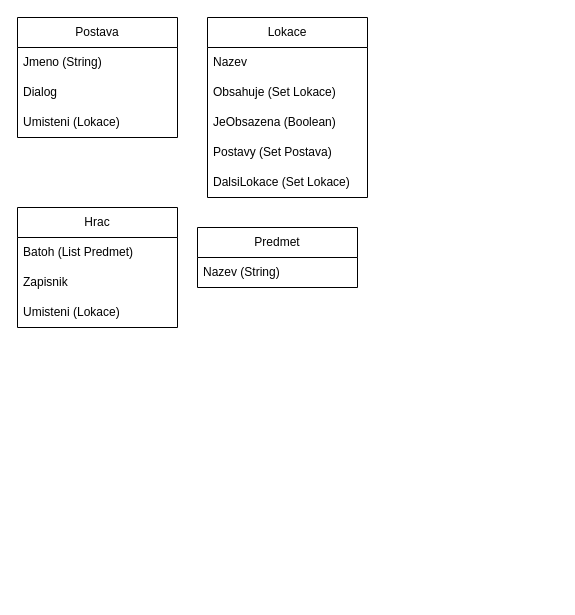
The draw.io diagram Untitled Diagram.drawio in adam-filinger/FileMaster, before the edit. Source tidied: cells renumbered, new cells numbered last; positions are measured from the earlier drawing's top-left corner, leaving out a move shared by most shapes. Both pictures are drawn from the tidied source at 100%, with x=0, y=0 at pixel (17, 17).
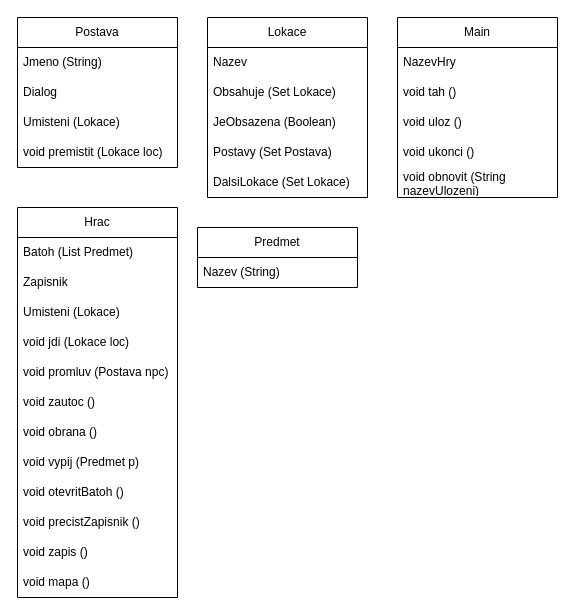
The same diagram, later.

Change to the diagram source:
```diff
@@
     <mxCell id="2" value="Postava" style="swimlane;fontStyle=0;horizontal=1;startSize=30;whiteSpace=wrap;html=1;" parent="1" vertex="1">
-      <mxGeometry width="160" height="120" as="geometry" />
+      <mxGeometry width="160" height="150" as="geometry" />
     </mxCell>
@@
+    <mxCell id="18" value="Umisteni (Lokace)" style="text;strokeColor=none;fillColor=none;align=left;verticalAlign=middle;spacingLeft=4;spacingRight=4;overflow=hidden;whiteSpace=wrap;html=1;" parent="2" vertex="1">
+      <mxGeometry y="90" width="160" height="30" as="geometry" />
+    </mxCell>
-    <mxCell id="5" value="Umisteni (Lokace)" style="text;strokeColor=none;fillColor=none;align=left;verticalAlign=middle;spacingLeft=4;spacingRight=4;overflow=hidden;whiteSpace=wrap;html=1;" parent="2" vertex="1">
-      <mxGeometry y="90" width="160" height="30" as="geometry" />
+    <mxCell id="5" value="void premistit (Lokace loc)" style="text;strokeColor=none;fillColor=none;align=left;verticalAlign=middle;spacingLeft=4;spacingRight=4;overflow=hidden;whiteSpace=wrap;html=1;" parent="2" vertex="1">
+      <mxGeometry y="120" width="160" height="30" as="geometry" />
     </mxCell>
@@
     <mxCell id="12" value="Hrac" style="swimlane;fontStyle=0;horizontal=1;startSize=30;whiteSpace=wrap;html=1;" parent="1" vertex="1">
-      <mxGeometry y="190" width="160" height="120" as="geometry" />
+      <mxGeometry y="190" width="160" height="390" as="geometry" />
     </mxCell>
@@
+    <mxCell id="19" value="void jdi (Lokace loc)" style="text;strokeColor=none;fillColor=none;align=left;verticalAlign=middle;spacingLeft=4;spacingRight=4;overflow=hidden;whiteSpace=wrap;html=1;" parent="12" vertex="1">
+      <mxGeometry y="120" width="160" height="30" as="geometry" />
+    </mxCell>
+    <mxCell id="20" value="void promluv (Postava npc)" style="text;strokeColor=none;fillColor=none;align=left;verticalAlign=middle;spacingLeft=4;spacingRight=4;overflow=hidden;whiteSpace=wrap;html=1;" parent="12" vertex="1">
+      <mxGeometry y="150" width="160" height="30" as="geometry" />
+    </mxCell>
+    <mxCell id="21" value="void zautoc ()" style="text;strokeColor=none;fillColor=none;align=left;verticalAlign=middle;spacingLeft=4;spacingRight=4;overflow=hidden;whiteSpace=wrap;html=1;" parent="12" vertex="1">
+      <mxGeometry y="180" width="160" height="30" as="geometry" />
+    </mxCell>
+    <mxCell id="22" value="void obrana ()" style="text;strokeColor=none;fillColor=none;align=left;verticalAlign=middle;spacingLeft=4;spacingRight=4;overflow=hidden;whiteSpace=wrap;html=1;" parent="12" vertex="1">
+      <mxGeometry y="210" width="160" height="30" as="geometry" />
+    </mxCell>
+    <mxCell id="23" value="void vypij (Predmet p)" style="text;strokeColor=none;fillColor=none;align=left;verticalAlign=middle;spacingLeft=4;spacingRight=4;overflow=hidden;whiteSpace=wrap;html=1;" parent="12" vertex="1">
+      <mxGeometry y="240" width="160" height="30" as="geometry" />
+    </mxCell>
+    <mxCell id="24" value="void otevritBatoh ()" style="text;strokeColor=none;fillColor=none;align=left;verticalAlign=middle;spacingLeft=4;spacingRight=4;overflow=hidden;whiteSpace=wrap;html=1;" parent="12" vertex="1">
+      <mxGeometry y="270" width="160" height="30" as="geometry" />
+    </mxCell>
+    <mxCell id="25" value="void precistZapisnik&amp;nbsp;()" style="text;strokeColor=none;fillColor=none;align=left;verticalAlign=middle;spacingLeft=4;spacingRight=4;overflow=hidden;whiteSpace=wrap;html=1;" parent="12" vertex="1">
+      <mxGeometry y="300" width="160" height="30" as="geometry" />
+    </mxCell>
+    <mxCell id="26" value="void zapis ()" style="text;strokeColor=none;fillColor=none;align=left;verticalAlign=middle;spacingLeft=4;spacingRight=4;overflow=hidden;whiteSpace=wrap;html=1;" parent="12" vertex="1">
+      <mxGeometry y="330" width="160" height="30" as="geometry" />
+    </mxCell>
+    <mxCell id="27" value="void mapa ()" style="text;strokeColor=none;fillColor=none;align=left;verticalAlign=middle;spacingLeft=4;spacingRight=4;overflow=hidden;whiteSpace=wrap;html=1;" parent="12" vertex="1">
+      <mxGeometry y="360" width="160" height="30" as="geometry" />
+    </mxCell>
@@
+    <mxCell id="28" value="Main" style="swimlane;fontStyle=0;horizontal=1;startSize=30;whiteSpace=wrap;html=1;" parent="1" vertex="1">
+      <mxGeometry x="380" width="160" height="180" as="geometry" />
+    </mxCell>
+    <mxCell id="29" value="NazevHry" style="text;strokeColor=none;fillColor=none;align=left;verticalAlign=middle;spacingLeft=4;spacingRight=4;overflow=hidden;whiteSpace=wrap;html=1;" parent="28" vertex="1">
+      <mxGeometry y="30" width="160" height="30" as="geometry" />
+    </mxCell>
+    <mxCell id="30" value="void tah ()" style="text;strokeColor=none;fillColor=none;align=left;verticalAlign=middle;spacingLeft=4;spacingRight=4;overflow=hidden;whiteSpace=wrap;html=1;" parent="28" vertex="1">
+      <mxGeometry y="60" width="160" height="30" as="geometry" />
+    </mxCell>
+    <mxCell id="31" value="void uloz ()" style="text;strokeColor=none;fillColor=none;align=left;verticalAlign=middle;spacingLeft=4;spacingRight=4;overflow=hidden;whiteSpace=wrap;html=1;" parent="28" vertex="1">
+      <mxGeometry y="90" width="160" height="30" as="geometry" />
+    </mxCell>
+    <mxCell id="32" value="void ukonci ()" style="text;strokeColor=none;fillColor=none;align=left;verticalAlign=middle;spacingLeft=4;spacingRight=4;overflow=hidden;whiteSpace=wrap;html=1;" parent="28" vertex="1">
+      <mxGeometry y="120" width="160" height="30" as="geometry" />
+    </mxCell>
+    <mxCell id="33" value="void obnovit (String nazevUlozeni)" style="text;strokeColor=none;fillColor=none;align=left;verticalAlign=middle;spacingLeft=4;spacingRight=4;overflow=hidden;whiteSpace=wrap;html=1;" parent="28" vertex="1">
+      <mxGeometry y="150" width="160" height="30" as="geometry" />
+    </mxCell>
```
